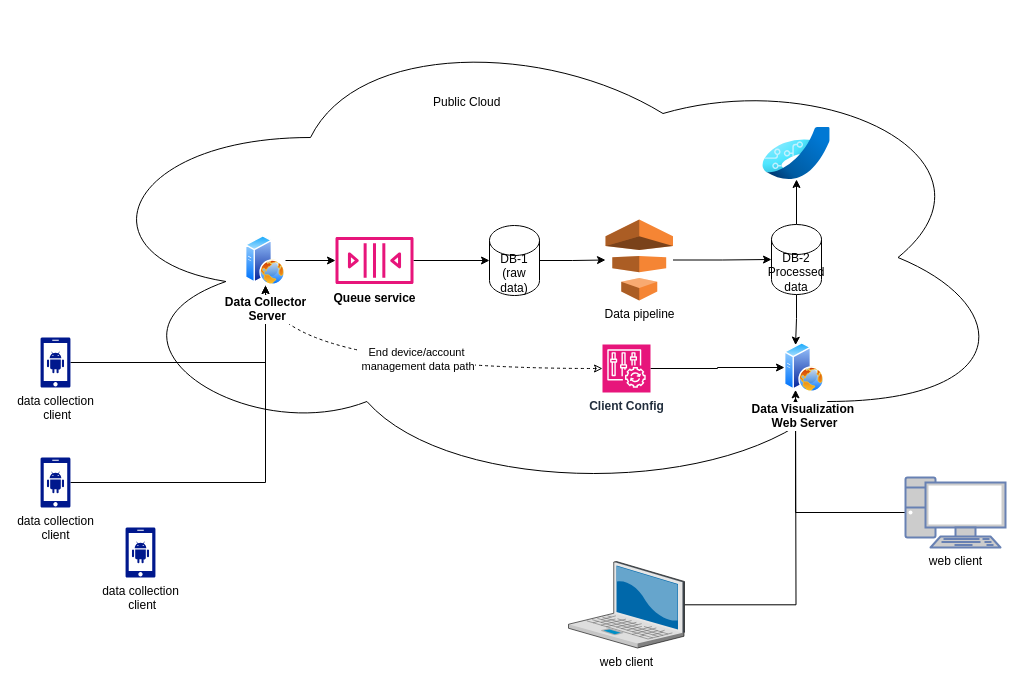
Earlier version of the draw.io diagram Untitled Diagram.drawio (xiangfa/testGithub). Source tidied: cells renumbered, new cells numbered last; positions are measured from the earlier drawing's top-left corner, leaving out a move shared by most shapes. Both pictures are drawn from the tidied source at 100%, with x=0, y=0 at pixel (40, 17).
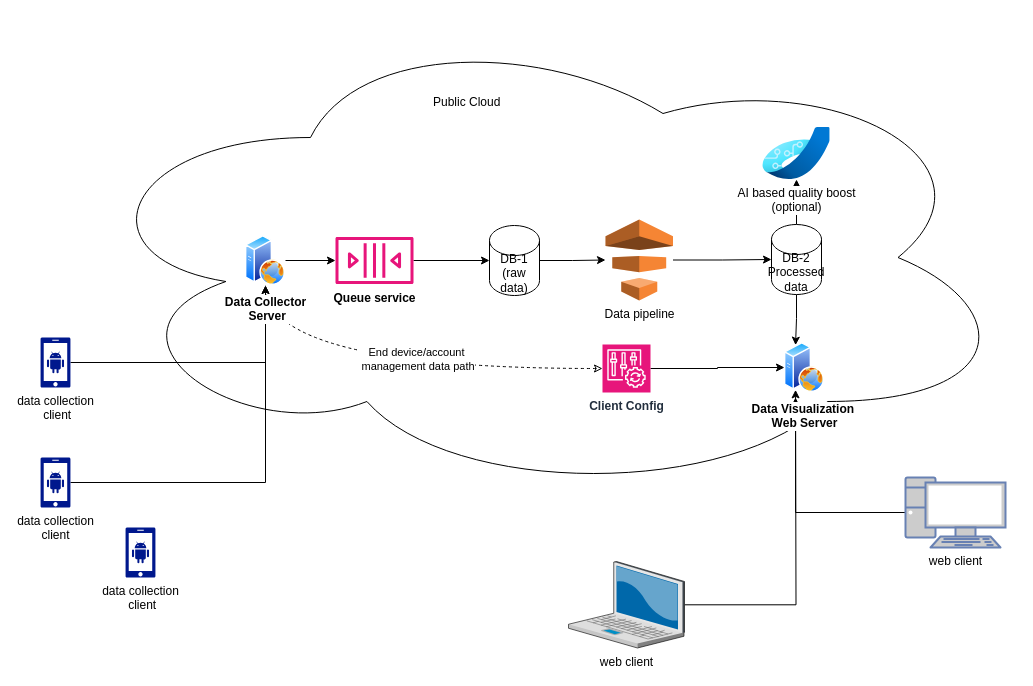
After the change.

Change to the diagram source:
```diff
@@
-    <mxCell id="28" style="image;html=1;points=[];align=center;fontSize=12;image=img/lib/azure2/ai_machine_learning/Azure_Applied_AI.svg;" parent="1" vertex="1">
+    <mxCell id="28" value="AI based quality boost&lt;div&gt;(optional)&lt;/div&gt;" style="image;html=1;points=[];align=center;fontSize=12;image=img/lib/azure2/ai_machine_learning/Azure_Applied_AI.svg;" parent="1" vertex="1">
       <mxGeometry x="722" y="110" width="68" height="52" as="geometry" />
     </mxCell>
```
